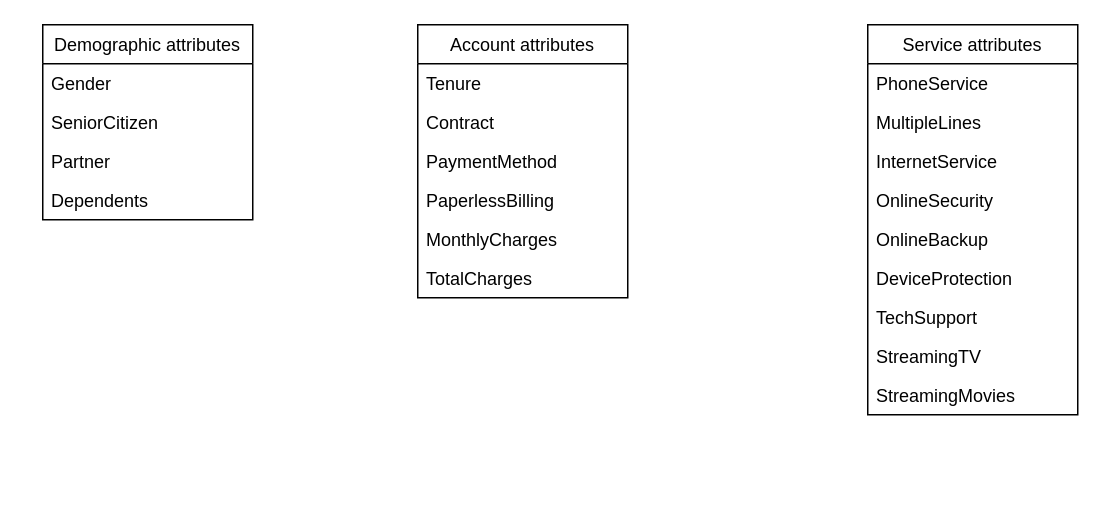
This is data-diagram.drawio from Reslan-Tinawi/Telco-Customer-Churn, a draw.io file, before an edit. Source tidied: cells renumbered, new cells numbered last; positions are measured from the earlier drawing's top-left corner, leaving out a move shared by most shapes. Both pictures are drawn from the tidied source at 150%, with x=0, y=0 at pixel (42, 24).
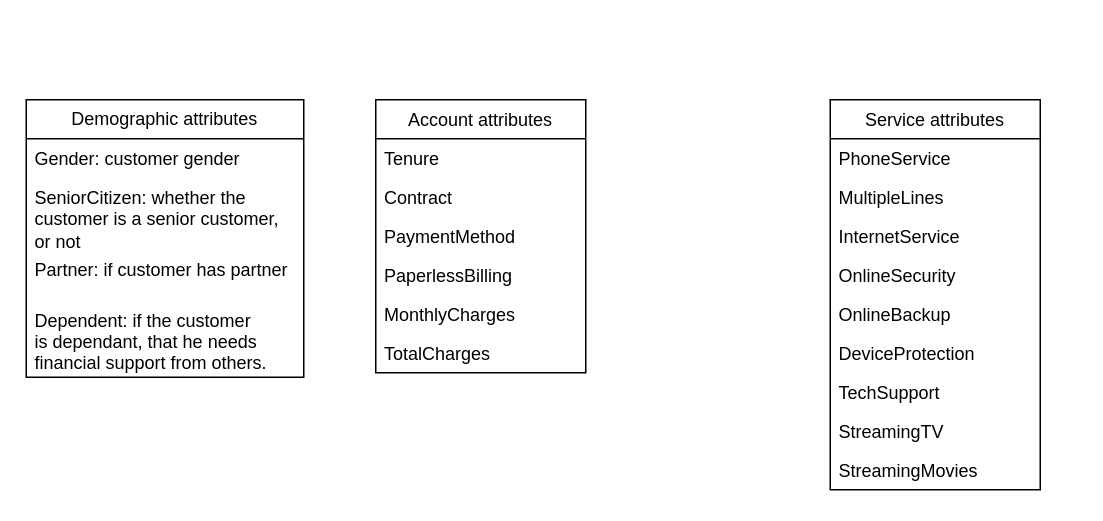
The same diagram, later.

Diff of the diagram source:
```diff
@@
-<mxGraphModel>
+<mxGraphModel background="#FFFFFF">
@@
-    <mxCell id="2" value="Demographic attributes" style="swimlane;fontStyle=0;horizontal=1;startSize=26;fillColor=none;" parent="1" vertex="1">
-      <mxGeometry width="140" height="130" as="geometry" />
+    <mxCell id="2" value="Demographic attributes" style="swimlane;fontStyle=0;horizontal=1;startSize=26;fillColor=none;whiteSpace=wrap;" parent="1" vertex="1">
+      <mxGeometry x="-11" y="50" width="185" height="185" as="geometry" />
     </mxCell>
-    <mxCell id="3" value="Gender" style="text;strokeColor=none;fillColor=none;align=left;verticalAlign=top;spacingLeft=4;spacingRight=4;overflow=hidden;" parent="2" vertex="1">
-      <mxGeometry y="26" width="140" height="26" as="geometry" />
+    <mxCell id="3" value="Gender: customer gender" style="text;strokeColor=none;fillColor=none;align=left;verticalAlign=top;spacingLeft=4;spacingRight=4;overflow=hidden;" parent="2" vertex="1">
+      <mxGeometry y="26" width="185" height="26" as="geometry" />
     </mxCell>
-    <mxCell id="4" value="SeniorCitizen" style="text;strokeColor=none;fillColor=none;align=left;verticalAlign=top;spacingLeft=4;spacingRight=4;overflow=hidden;" parent="2" vertex="1">
-      <mxGeometry y="52" width="140" height="26" as="geometry" />
+    <mxCell id="4" value="SeniorCitizen: whether the customer is a senior customer, or not" style="text;strokeColor=none;fillColor=none;align=left;verticalAlign=top;spacingLeft=4;spacingRight=4;overflow=hidden;whiteSpace=wrap;textDirection=ltr;" parent="2" vertex="1">
+      <mxGeometry y="52" width="185" height="48" as="geometry" />
     </mxCell>
-    <mxCell id="5" value="Partner" style="text;strokeColor=none;fillColor=none;align=left;verticalAlign=top;spacingLeft=4;spacingRight=4;overflow=hidden;" parent="2" vertex="1">
-      <mxGeometry y="78" width="140" height="26" as="geometry" />
+    <mxCell id="5" value="Partner: if customer has partner" style="text;strokeColor=none;fillColor=none;align=left;verticalAlign=top;spacingLeft=4;spacingRight=4;overflow=hidden;" parent="2" vertex="1">
+      <mxGeometry y="100" width="185" height="34" as="geometry" />
     </mxCell>
-    <mxCell id="6" value="Dependents" style="text;strokeColor=none;fillColor=none;align=left;verticalAlign=top;spacingLeft=4;spacingRight=4;overflow=hidden;" parent="2" vertex="1">
-      <mxGeometry y="104" width="140" height="26" as="geometry" />
+    <mxCell id="6" value="Dependent: if the customer&#10;is dependant, that he needs &#10;financial support from others." style="text;strokeColor=none;fillColor=none;align=left;verticalAlign=top;spacingLeft=4;spacingRight=4;overflow=hidden;" parent="2" vertex="1">
+      <mxGeometry y="134" width="185" height="51" as="geometry" />
     </mxCell>
     <mxCell id="7" value="Account attributes" style="swimlane;fontStyle=0;horizontal=1;startSize=26;fillColor=none;" parent="1" vertex="1">
-      <mxGeometry x="250" width="140" height="182" as="geometry" />
+      <mxGeometry x="222" y="50" width="140" height="182" as="geometry" />
     </mxCell>
@@
     <mxCell id="14" value="Service attributes" style="swimlane;fontStyle=0;horizontal=1;startSize=26;fillColor=none;" parent="1" vertex="1">
-      <mxGeometry x="550" width="140" height="260" as="geometry" />
+      <mxGeometry x="525" y="50" width="140" height="260" as="geometry" />
     </mxCell>
```
